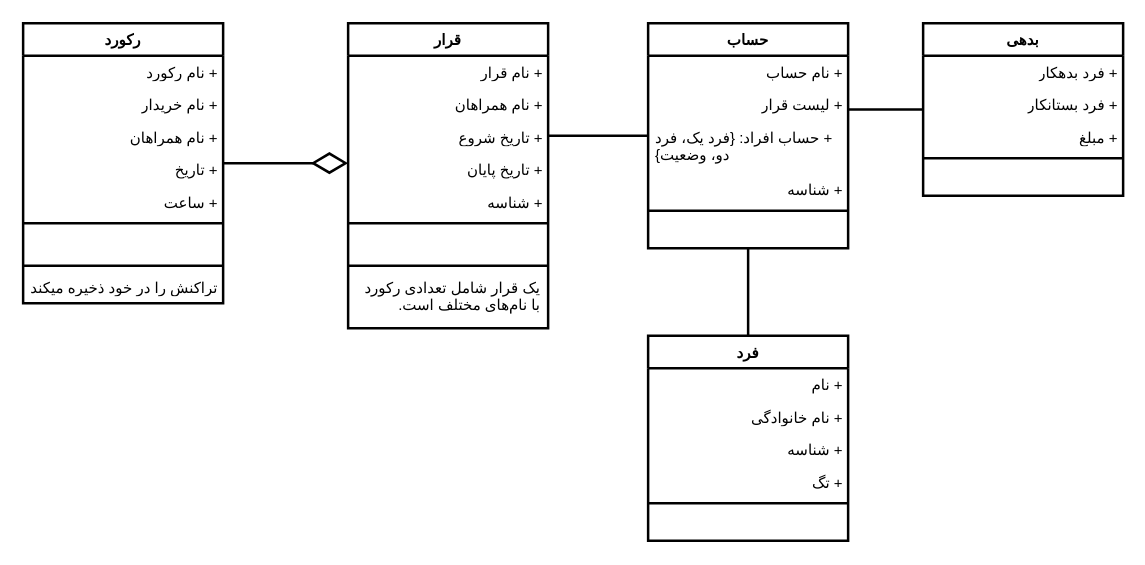
The draw.io diagram page "Class" (1 of 14) of UML.drawio in moharamzadeh/lets-go-dutch, before the edit. Source tidied: cells renumbered, new cells numbered last; positions are measured from the earlier drawing's top-left corner, leaving out a move shared by most shapes. Both pictures are drawn from the tidied source at 125%, with x=0, y=0 at pixel (22, 22).
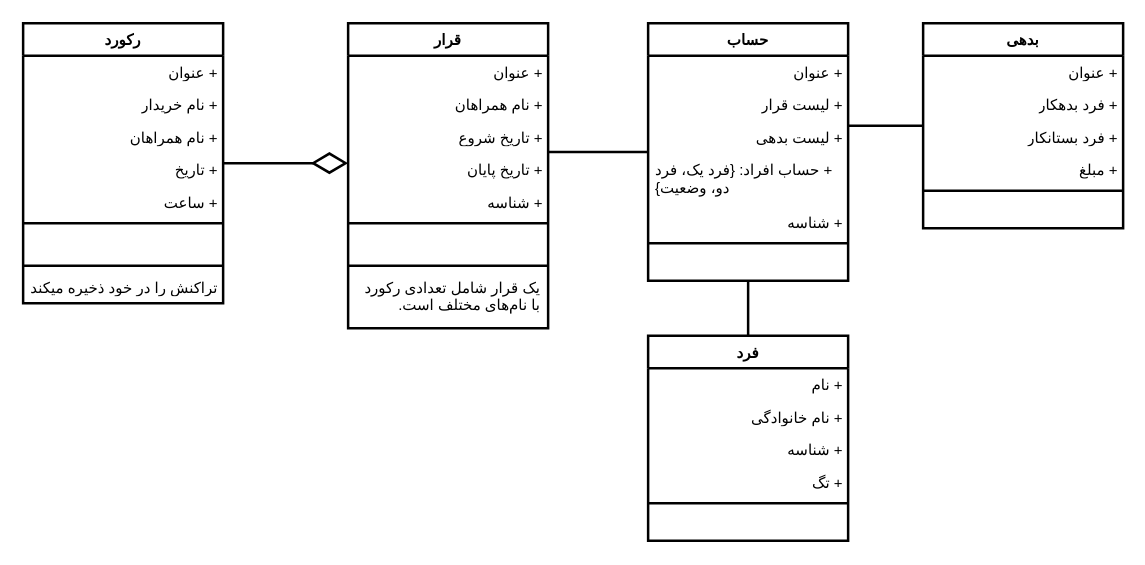
After the change.

Unchanged cells that the change refers to:
```xml
<mxCell id="2" value="قرار" style="swimlane;fontStyle=1;align=center;verticalAlign=top;horizontal=1;startSize=26;fontFamily=Vazirmatn;whiteSpace=wrap;html=1;textDirection=rtl;strokeWidth=2;" parent="1" vertex="1">
  <mxGeometry x="260" width="160" height="244" as="geometry" />
</mxCell>
<mxCell id="12" value="رکورد" style="swimlane;fontStyle=1;align=center;verticalAlign=top;horizontal=1;startSize=26;fontFamily=Vazirmatn;html=1;textDirection=rtl;whiteSpace=wrap;strokeWidth=2;" parent="1" vertex="1">
  <mxGeometry width="160" height="224" as="geometry" />
</mxCell>
```

What changed in the source:
```diff
@@
-    <mxCell id="3" value="+ نام قرار" style="text;strokeColor=none;fillColor=none;align=left;verticalAlign=top;spacingLeft=4;spacingRight=4;overflow=hidden;fontFamily=Vazirmatn;whiteSpace=wrap;html=1;textDirection=rtl;strokeWidth=2;" parent="2" vertex="1">
+    <mxCell id="3" value="+ عنوان" style="text;strokeColor=none;fillColor=none;align=left;verticalAlign=top;spacingLeft=4;spacingRight=4;overflow=hidden;fontFamily=Vazirmatn;whiteSpace=wrap;html=1;textDirection=rtl;strokeWidth=2;" parent="2" vertex="1">
       <mxGeometry y="26" width="160" height="26" as="geometry" />
     </mxCell>
@@
-    <mxCell id="13" value="+ نام رکورد" style="text;strokeColor=none;fillColor=none;align=left;verticalAlign=top;spacingLeft=4;spacingRight=4;overflow=hidden;fontFamily=Vazirmatn;html=1;textDirection=rtl;strokeWidth=2;" parent="12" vertex="1">
+    <mxCell id="13" value="+ عنوان" style="text;strokeColor=none;fillColor=none;align=left;verticalAlign=top;spacingLeft=4;spacingRight=4;overflow=hidden;fontFamily=Vazirmatn;html=1;textDirection=rtl;strokeWidth=2;" parent="12" vertex="1">
       <mxGeometry y="26" width="160" height="26" as="geometry" />
     </mxCell>
@@
     <mxCell id="30" value="حساب" style="swimlane;fontStyle=1;align=center;verticalAlign=top;horizontal=1;startSize=26;fontFamily=Vazirmatn;whiteSpace=wrap;html=1;textDirection=rtl;strokeWidth=2;" parent="1" vertex="1">
-      <mxGeometry x="500" width="160" height="180" as="geometry" />
+      <mxGeometry x="500" width="160" height="206" as="geometry" />
     </mxCell>
-    <mxCell id="31" value="+ نام حساب" style="text;strokeColor=none;fillColor=none;align=left;verticalAlign=top;spacingLeft=4;spacingRight=4;overflow=hidden;fontFamily=Vazirmatn;whiteSpace=wrap;html=1;textDirection=rtl;strokeWidth=2;" parent="30" vertex="1">
+    <mxCell id="31" value="+ عنوان" style="text;strokeColor=none;fillColor=none;align=left;verticalAlign=top;spacingLeft=4;spacingRight=4;overflow=hidden;fontFamily=Vazirmatn;whiteSpace=wrap;html=1;textDirection=rtl;strokeWidth=2;" parent="30" vertex="1">
       <mxGeometry y="26" width="160" height="26" as="geometry" />
     </mxCell>
@@
+    <mxCell id="46" value="+ لیست بدهی" style="text;strokeColor=none;fillColor=none;align=left;verticalAlign=top;spacingLeft=4;spacingRight=4;overflow=hidden;fontFamily=Vazirmatn;whiteSpace=wrap;html=1;textDirection=rtl;strokeWidth=2;" parent="30" vertex="1">
+      <mxGeometry y="78" width="160" height="26" as="geometry" />
+    </mxCell>
     <mxCell id="33" value="+ حساب افراد: {فرد یک، فرد دو، وضعیت}" style="text;strokeColor=none;fillColor=none;align=left;verticalAlign=top;spacingLeft=4;spacingRight=4;overflow=hidden;fontFamily=Vazirmatn;whiteSpace=wrap;html=1;textDirection=rtl;strokeWidth=2;" parent="30" vertex="1">
-      <mxGeometry y="78" width="160" height="42" as="geometry" />
+      <mxGeometry y="104" width="160" height="42" as="geometry" />
     </mxCell>
     <mxCell id="34" value="+ شناسه" style="text;strokeColor=none;fillColor=none;align=left;verticalAlign=top;spacingLeft=4;spacingRight=4;overflow=hidden;fontFamily=Vazirmatn;whiteSpace=wrap;html=1;textDirection=rtl;strokeWidth=2;" parent="30" vertex="1">
-      <mxGeometry y="120" width="160" height="26" as="geometry" />
+      <mxGeometry y="146" width="160" height="26" as="geometry" />
     </mxCell>
     <mxCell id="35" style="line;strokeWidth=2;fillColor=none;align=left;verticalAlign=middle;spacingTop=-1;spacingLeft=3;spacingRight=3;labelPosition=right;fontFamily=Vazirmatn;whiteSpace=wrap;html=1;textDirection=rtl;" parent="30" vertex="1">
-      <mxGeometry y="146" width="160" height="8" as="geometry" />
+      <mxGeometry y="172" width="160" height="8" as="geometry" />
     </mxCell>
     <mxCell id="36" value=" " style="text;strokeColor=none;fillColor=none;align=left;verticalAlign=top;spacingLeft=4;spacingRight=4;overflow=hidden;fontFamily=Vazirmatn;whiteSpace=wrap;html=1;textDirection=rtl;strokeWidth=2;" parent="30" vertex="1">
-      <mxGeometry y="154" width="160" height="26" as="geometry" />
+      <mxGeometry y="180" width="160" height="26" as="geometry" />
     </mxCell>
@@
     <mxCell id="39" value="بدهی" style="swimlane;fontStyle=1;align=center;verticalAlign=top;horizontal=1;startSize=26;fontFamily=Vazirmatn;whiteSpace=wrap;html=1;textDirection=rtl;strokeWidth=2;" parent="1" vertex="1">
-      <mxGeometry x="720" width="160" height="138" as="geometry" />
+      <mxGeometry x="720" width="160" height="164" as="geometry" />
     </mxCell>
+    <mxCell id="47" value="+ عنوان" style="text;strokeColor=none;fillColor=none;align=left;verticalAlign=top;spacingLeft=4;spacingRight=4;overflow=hidden;fontFamily=Vazirmatn;whiteSpace=wrap;html=1;textDirection=rtl;strokeWidth=2;" parent="39" vertex="1">
+      <mxGeometry y="26" width="160" height="26" as="geometry" />
+    </mxCell>
     <mxCell id="40" value="+ فرد بدهکار" style="text;strokeColor=none;fillColor=none;align=left;verticalAlign=top;spacingLeft=4;spacingRight=4;overflow=hidden;fontFamily=Vazirmatn;whiteSpace=wrap;html=1;textDirection=rtl;strokeWidth=2;" parent="39" vertex="1">
-      <mxGeometry y="26" width="160" height="26" as="geometry" />
+      <mxGeometry y="52" width="160" height="26" as="geometry" />
     </mxCell>
     <mxCell id="41" value="+ فرد بستانکار" style="text;strokeColor=none;fillColor=none;align=left;verticalAlign=top;spacingLeft=4;spacingRight=4;overflow=hidden;fontFamily=Vazirmatn;whiteSpace=wrap;html=1;textDirection=rtl;strokeWidth=2;" parent="39" vertex="1">
-      <mxGeometry y="52" width="160" height="26" as="geometry" />
+      <mxGeometry y="78" width="160" height="26" as="geometry" />
     </mxCell>
     <mxCell id="42" value="+ مبلغ" style="text;strokeColor=none;fillColor=none;align=left;verticalAlign=top;spacingLeft=4;spacingRight=4;overflow=hidden;fontFamily=Vazirmatn;whiteSpace=wrap;html=1;textDirection=rtl;strokeWidth=2;" parent="39" vertex="1">
-      <mxGeometry y="78" width="160" height="26" as="geometry" />
+      <mxGeometry y="104" width="160" height="26" as="geometry" />
     </mxCell>
     <mxCell id="43" style="line;strokeWidth=2;fillColor=none;align=left;verticalAlign=middle;spacingTop=-1;spacingLeft=3;spacingRight=3;labelPosition=right;fontFamily=Vazirmatn;whiteSpace=wrap;html=1;textDirection=rtl;" parent="39" vertex="1">
-      <mxGeometry y="104" width="160" height="8" as="geometry" />
+      <mxGeometry y="130" width="160" height="8" as="geometry" />
     </mxCell>
     <mxCell id="44" value=" " style="text;strokeColor=none;fillColor=none;align=left;verticalAlign=top;spacingLeft=4;spacingRight=4;overflow=hidden;fontFamily=Vazirmatn;whiteSpace=wrap;html=1;textDirection=rtl;strokeWidth=2;" parent="39" vertex="1">
-      <mxGeometry y="112" width="160" height="26" as="geometry" />
+      <mxGeometry y="138" width="160" height="26" as="geometry" />
     </mxCell>
```
